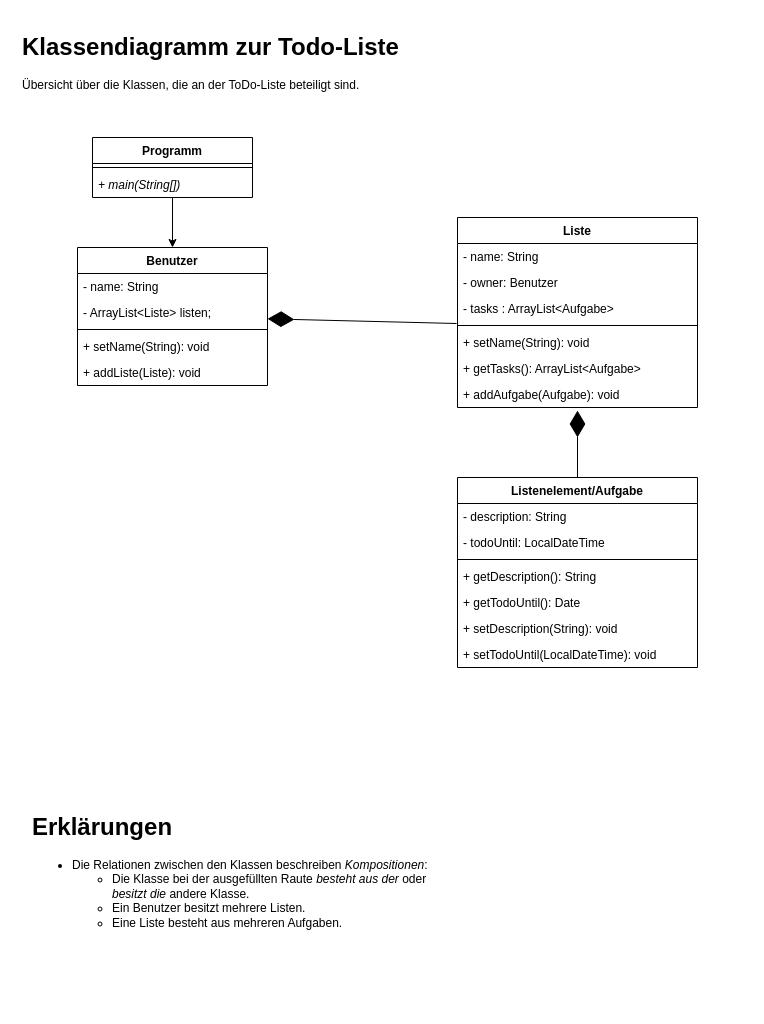
This is uml/Todo-Liste.drawio from wwi20ama-programmierung/todo-list, a draw.io file, before an edit. Source tidied: cells renumbered, new cells numbered last; positions are measured from the earlier drawing's top-left corner, leaving out a move shared by most shapes. Both pictures are drawn from the tidied source at 100%, with x=0, y=0 at pixel (17, 27).
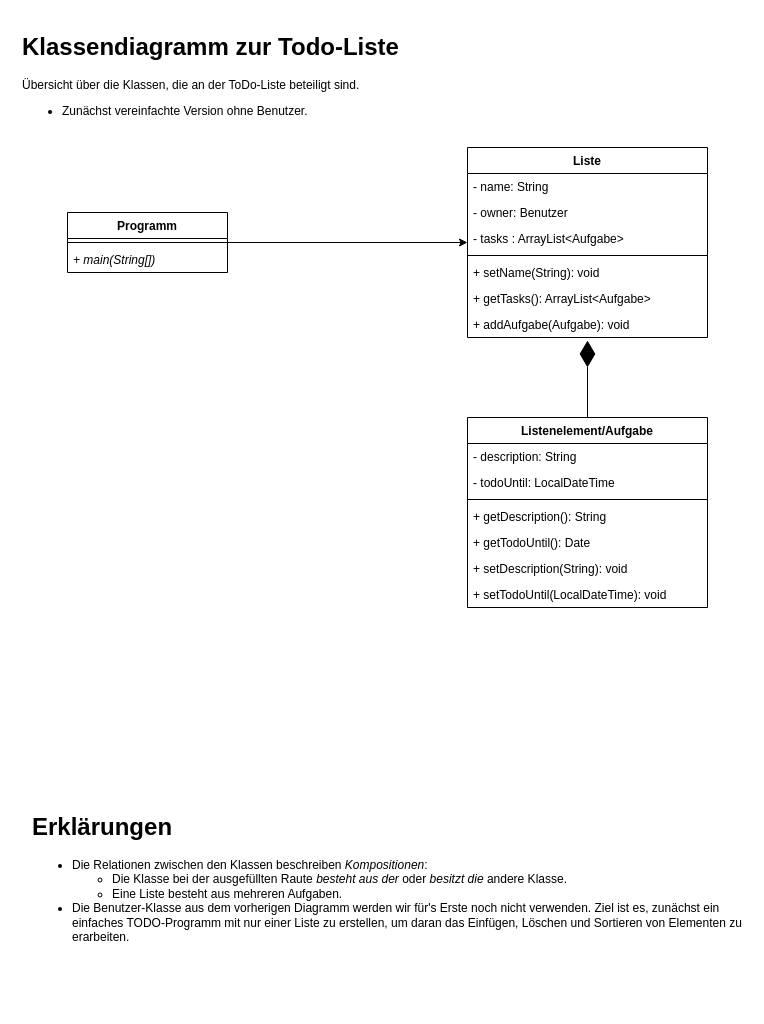
The same diagram, later.

Commit message (it also covers changes not shown here):
Klassendiagramm überarbeitet.

The change refers to these unchanged cells:
```xml
<mxCell id="10" style="line;strokeWidth=1;fillColor=none;align=left;verticalAlign=middle;spacingTop=-1;spacingLeft=3;spacingRight=3;labelPosition=right;points=[];portConstraint=eastwest;" parent="6" vertex="1">
  <mxGeometry y="104" width="240" height="8" as="geometry" />
</mxCell>
```

The edit, as a diff of the source:
```diff
@@
-    <mxCell id="2" style="edgeStyle=orthogonalEdgeStyle;rounded=0;jettySize=auto;html=1;entryX=0.5;entryY=0;entryDx=0;entryDy=0;" parent="1" edge="1" source="3" target="22">
+    <mxCell id="2" style="edgeStyle=orthogonalEdgeStyle;rounded=0;jettySize=auto;html=1;" parent="1" edge="1" source="3" target="6">
       <mxGeometry relative="1" as="geometry" />
     </mxCell>
     <mxCell id="3" value="Programm" style="swimlane;fontStyle=1;align=center;verticalAlign=top;horizontal=1;startSize=26;" parent="1" vertex="1">
-      <mxGeometry x="75" y="110" width="160" height="60" as="geometry" />
+      <mxGeometry x="50" y="185" width="160" height="60" as="geometry" />
     </mxCell>
@@
     <mxCell id="6" value="Liste" style="swimlane;fontStyle=1;align=center;verticalAlign=top;horizontal=1;startSize=26;" parent="1" vertex="1">
-      <mxGeometry x="440" y="190" width="240" height="190" as="geometry" />
+      <mxGeometry x="450" y="120" width="240" height="190" as="geometry" />
     </mxCell>
@@
     <mxCell id="14" value="Listenelement/Aufgabe" style="swimlane;fontStyle=1;align=center;verticalAlign=top;horizontal=1;startSize=26;" parent="1" vertex="1">
-      <mxGeometry x="440" y="450" width="240" height="190" as="geometry" />
+      <mxGeometry x="450" y="390" width="240" height="190" as="geometry" />
     </mxCell>
@@
-    <mxCell id="22" value="Benutzer" style="swimlane;fontStyle=1;align=center;verticalAlign=top;horizontal=1;startSize=26;" parent="1" vertex="1">
-      <mxGeometry x="60" y="220" width="190" height="138" as="geometry" />
-    </mxCell>
-    <mxCell id="23" value="- name: String" style="text;strokeColor=none;fillColor=none;align=left;verticalAlign=top;spacingLeft=4;spacingRight=4;overflow=hidden;" parent="22" vertex="1">
-      <mxGeometry y="26" width="190" height="26" as="geometry" />
-    </mxCell>
-    <mxCell id="24" value="- ArrayList&lt;Liste&gt; listen;" style="text;strokeColor=none;fillColor=none;align=left;verticalAlign=top;spacingLeft=4;spacingRight=4;overflow=hidden;" parent="22" vertex="1">
-      <mxGeometry y="52" width="190" height="26" as="geometry" />
-    </mxCell>
-    <mxCell id="25" style="line;strokeWidth=1;fillColor=none;align=left;verticalAlign=middle;spacingTop=-1;spacingLeft=3;spacingRight=3;labelPosition=right;" parent="22" vertex="1">
-      <mxGeometry y="78" width="190" height="8" as="geometry" />
-    </mxCell>
-    <mxCell id="26" value="+ setName(String): void" style="text;strokeColor=none;fillColor=none;align=left;verticalAlign=top;spacingLeft=4;spacingRight=4;overflow=hidden;" parent="22" vertex="1">
-      <mxGeometry y="86" width="190" height="26" as="geometry" />
-    </mxCell>
-    <mxCell id="27" value="+ addListe(Liste): void" style="text;strokeColor=none;fillColor=none;align=left;verticalAlign=top;spacingLeft=4;spacingRight=4;overflow=hidden;" parent="22" vertex="1">
-      <mxGeometry y="112" width="190" height="26" as="geometry" />
-    </mxCell>
@@
-    <mxCell id="29" style="endArrow=diamondThin;endFill=1;endSize=24;html=1;exitX=-0.004;exitY=0.25;exitDx=0;exitDy=0;exitPerimeter=0;" parent="1" edge="1" source="10" target="22">
-      <mxGeometry relative="1" as="geometry" />
-    </mxCell>
-    <mxCell id="30" value="&lt;h1&gt;Erklärungen&lt;/h1&gt;&lt;p&gt;&lt;/p&gt;&lt;ul&gt;&lt;li&gt;Die Relationen zwischen den Klassen beschreiben &lt;i&gt;Kompositionen&lt;/i&gt;:&lt;/li&gt;&lt;ul&gt;&lt;li&gt;Die Klasse bei der ausgefüllten Raute &lt;i&gt;besteht aus der &lt;/i&gt;oder &lt;i&gt;besitzt die &lt;/i&gt;andere Klasse.&lt;/li&gt;&lt;li&gt;Ein Benutzer besitzt mehrere Listen.&lt;/li&gt;&lt;li&gt;Eine Liste besteht aus mehreren Aufgaben.&lt;/li&gt;&lt;/ul&gt;&lt;/ul&gt;&lt;br&gt;&lt;br&gt;&lt;p&gt;&lt;/p&gt;" style="text;html=1;strokeColor=none;fillColor=none;spacing=5;spacingTop=-20;whiteSpace=wrap;overflow=hidden;rounded=0;" parent="1" vertex="1">
-      <mxGeometry x="10" y="780" width="420" height="140" as="geometry" />
+    <mxCell id="30" value="&lt;h1&gt;Erklärungen&lt;/h1&gt;&lt;p&gt;&lt;/p&gt;&lt;ul&gt;&lt;li&gt;Die Relationen zwischen den Klassen beschreiben &lt;i&gt;Kompositionen&lt;/i&gt;:&lt;/li&gt;&lt;ul&gt;&lt;li&gt;Die Klasse bei der ausgefüllten Raute &lt;i&gt;besteht aus der &lt;/i&gt;oder &lt;i&gt;besitzt die &lt;/i&gt;andere Klasse.&lt;/li&gt;&lt;li&gt;Eine Liste besteht aus mehreren Aufgaben.&lt;/li&gt;&lt;/ul&gt;&lt;li&gt;Die Benutzer-Klasse aus dem vorherigen Diagramm werden wir für's Erste noch nicht verwenden. Ziel ist es, zunächst ein einfaches TODO-Programm mit nur einer Liste zu erstellen, um daran das Einfügen, Löschen und Sortieren von Elementen zu erarbeiten.&lt;/li&gt;&lt;/ul&gt;&lt;br&gt;&lt;br&gt;&lt;p&gt;&lt;/p&gt;" style="text;html=1;strokeColor=none;fillColor=none;spacing=5;spacingTop=-20;whiteSpace=wrap;overflow=hidden;rounded=0;" parent="1" vertex="1">
+      <mxGeometry x="10" y="780" width="720" height="200" as="geometry" />
     </mxCell>
-    <mxCell id="31" value="&lt;h1&gt;Klassendiagramm zur Todo-Liste&lt;/h1&gt;&lt;div&gt;Übersicht über die Klassen, die an der ToDo-Liste beteiligt sind.&lt;/div&gt;" style="text;html=1;strokeColor=none;fillColor=none;spacing=5;spacingTop=-20;whiteSpace=wrap;overflow=hidden;rounded=0;" parent="1" vertex="1">
+    <mxCell id="31" value="&lt;h1&gt;Klassendiagramm zur Todo-Liste&lt;/h1&gt;&lt;div&gt;Übersicht über die Klassen, die an der ToDo-Liste beteiligt sind.&lt;/div&gt;&lt;div&gt;&lt;ul&gt;&lt;li&gt;Zunächst vereinfachte Version ohne Benutzer.&lt;/li&gt;&lt;/ul&gt;&lt;/div&gt;" style="text;html=1;strokeColor=none;fillColor=none;spacing=5;spacingTop=-20;whiteSpace=wrap;overflow=hidden;rounded=0;" parent="1" vertex="1">
       <mxGeometry width="410" height="120" as="geometry" />
     </mxCell>
```
